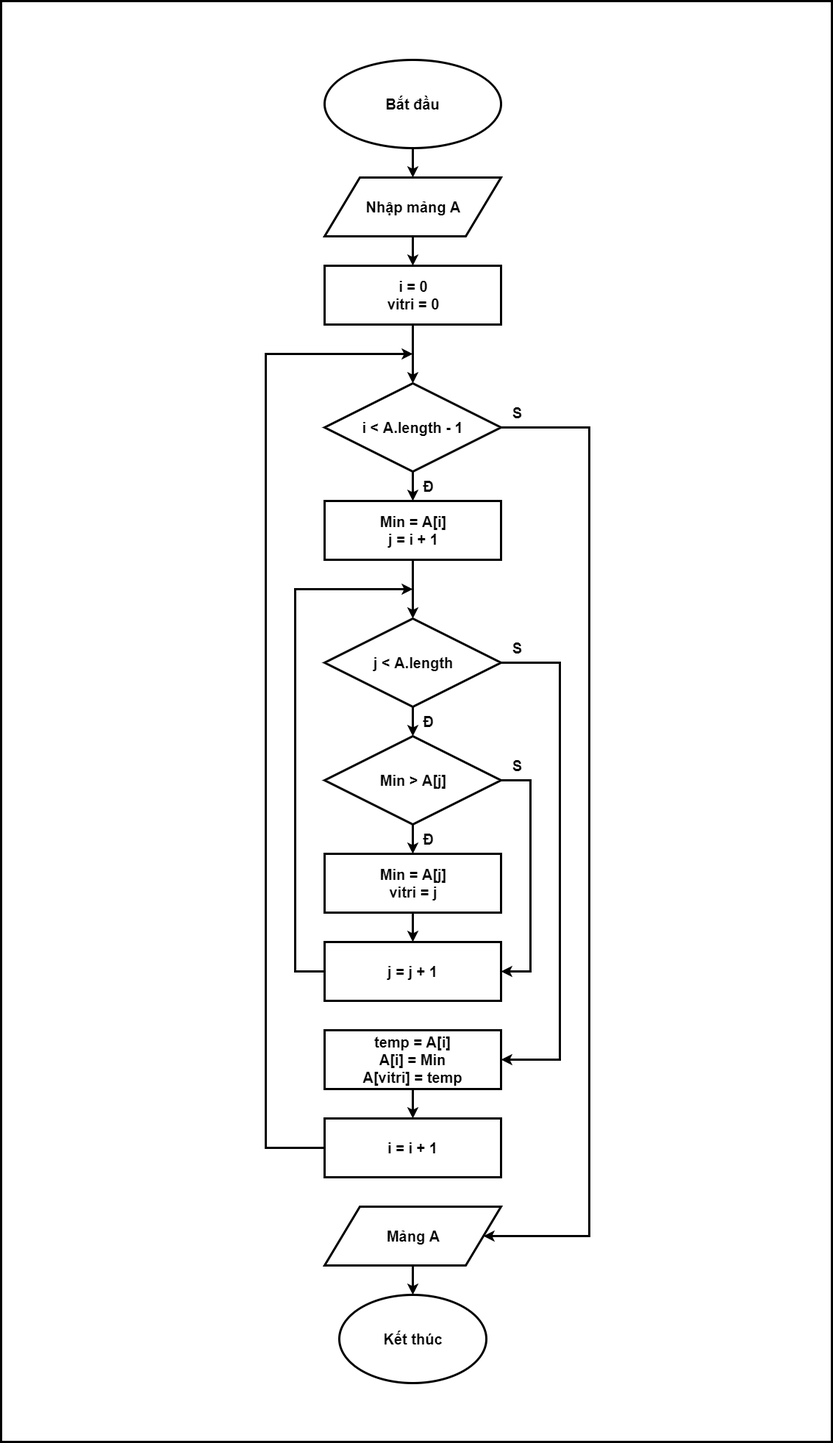
This is TuanVP/6b.png from FASTTRACKSE/FFSE1703.LP6, a draw.io export, as it was before one commit. Source tidied: cells renumbered, new cells last; positions are measured from the earlier drawing's top-left corner, leaving out a move shared by most shapes.
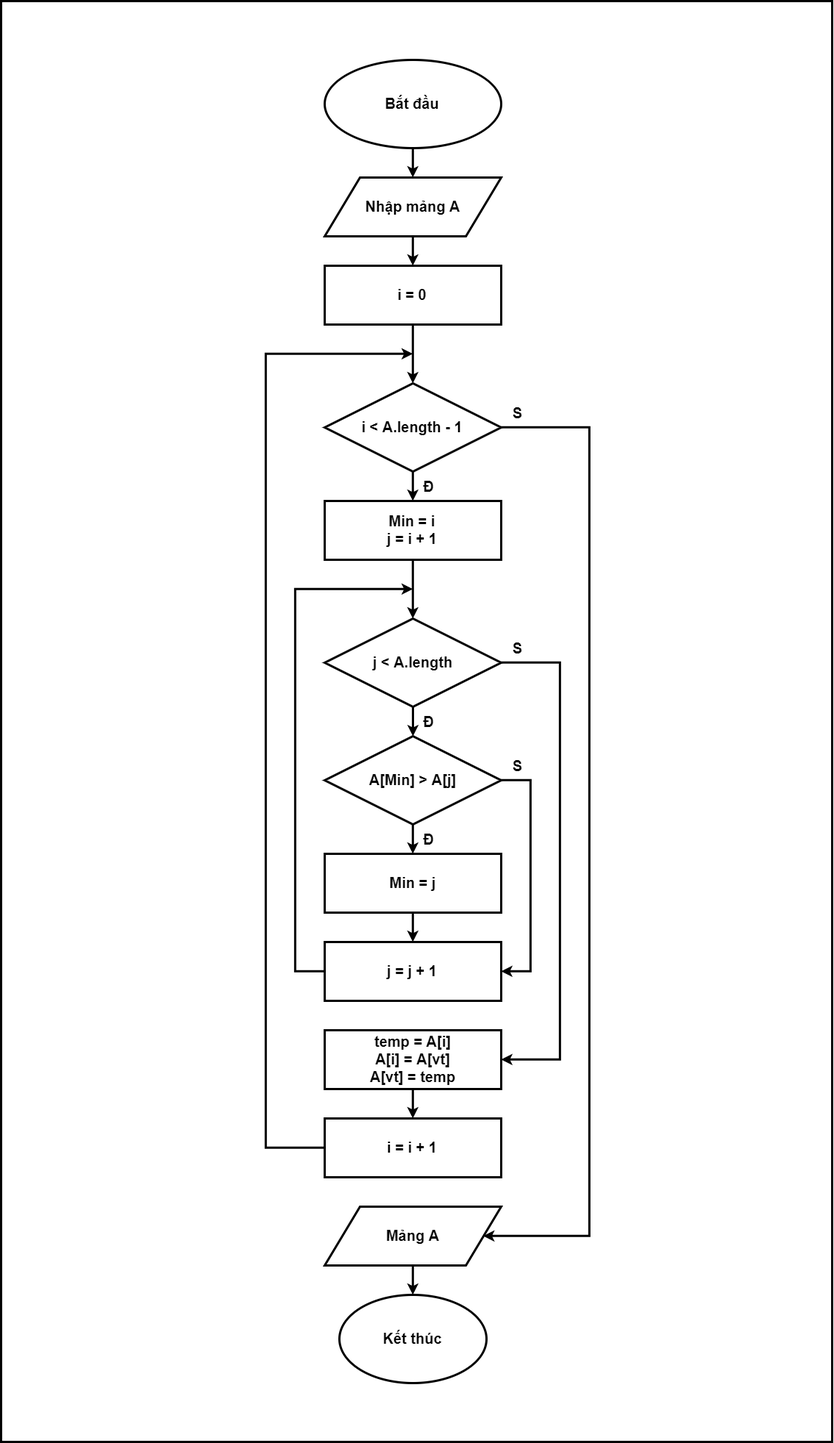
After the change.

What changed in the source:
```diff
@@ -34,7 +34,7 @@
     <mxCell id="10" style="edgeStyle=orthogonalEdgeStyle;rounded=0;html=1;exitX=0.5;exitY=1;entryX=0.5;entryY=0;jettySize=auto;strokeWidth=3;" parent="1" edge="1" source="11" target="14">
       <mxGeometry relative="1" as="geometry" />
     </mxCell>
-    <mxCell id="11" value="&lt;font style=&quot;font-size: 20px&quot;&gt;&lt;b&gt;Min = A[i]&lt;/b&gt;&lt;b&gt;&lt;br&gt;j = i + 1&lt;/b&gt;&lt;b&gt;&lt;br&gt;&lt;/b&gt;&lt;/font&gt;" style="rounded=0;whiteSpace=wrap;html=1;strokeWidth=3;" parent="1" vertex="1">
+    <mxCell id="11" value="&lt;font style=&quot;font-size: 20px&quot;&gt;&lt;b&gt;Min = i&lt;/b&gt;&lt;b&gt;&lt;br&gt;j = i + 1&lt;/b&gt;&lt;b&gt;&lt;br&gt;&lt;/b&gt;&lt;/font&gt;" style="rounded=0;whiteSpace=wrap;html=1;strokeWidth=3;" parent="1" vertex="1">
       <mxGeometry x="440" y="680" width="240" height="80" as="geometry" />
     </mxCell>
     <mxCell id="12" style="edgeStyle=orthogonalEdgeStyle;rounded=0;html=1;jettySize=auto;strokeWidth=3;" parent="1" edge="1" source="14" target="17">
@@ -62,19 +62,19 @@
         </Array>
       </mxGeometry>
     </mxCell>
-    <mxCell id="17" value="&lt;font style=&quot;font-size: 20px&quot;&gt;&lt;b&gt;Min &amp;gt; A[j]&lt;/b&gt;&lt;/font&gt;" style="rhombus;whiteSpace=wrap;html=1;strokeWidth=3;" parent="1" vertex="1">
+    <mxCell id="17" value="&lt;font style=&quot;font-size: 20px&quot;&gt;&lt;b&gt;A[Min] &amp;gt; A[j]&lt;/b&gt;&lt;/font&gt;" style="rhombus;whiteSpace=wrap;html=1;strokeWidth=3;" parent="1" vertex="1">
       <mxGeometry x="440" y="1000" width="240" height="120" as="geometry" />
     </mxCell>
     <mxCell id="18" style="edgeStyle=orthogonalEdgeStyle;rounded=0;html=1;exitX=0.5;exitY=1;entryX=0.5;entryY=0;jettySize=auto;strokeWidth=3;" parent="1" edge="1" source="19" target="9">
       <mxGeometry relative="1" as="geometry" />
     </mxCell>
-    <mxCell id="19" value="&lt;font style=&quot;font-size: 20px&quot;&gt;&lt;b&gt;i = 0&lt;br&gt;vitri = 0&lt;br&gt;&lt;/b&gt;&lt;/font&gt;" style="rounded=0;whiteSpace=wrap;html=1;strokeWidth=3;" parent="1" vertex="1">
+    <mxCell id="19" value="&lt;font style=&quot;font-size: 20px&quot;&gt;&lt;b&gt;i = 0&lt;br&gt;&lt;/b&gt;&lt;/font&gt;" style="rounded=0;whiteSpace=wrap;html=1;strokeWidth=3;" parent="1" vertex="1">
       <mxGeometry x="440" y="360" width="240" height="80" as="geometry" />
     </mxCell>
     <mxCell id="20" style="edgeStyle=orthogonalEdgeStyle;rounded=0;html=1;exitX=0.5;exitY=1;entryX=0.5;entryY=0;jettySize=auto;strokeWidth=3;" parent="1" edge="1" source="21" target="23">
       <mxGeometry relative="1" as="geometry" />
     </mxCell>
-    <mxCell id="21" value="&lt;font style=&quot;font-size: 20px&quot;&gt;&lt;b&gt;Min = A[j]&lt;br&gt;vitri = j&lt;br&gt;&lt;/b&gt;&lt;/font&gt;" style="rounded=0;whiteSpace=wrap;html=1;strokeWidth=3;" parent="1" vertex="1">
+    <mxCell id="21" value="&lt;font style=&quot;font-size: 20px&quot;&gt;&lt;b&gt;Min = j&lt;br&gt;&lt;/b&gt;&lt;/font&gt;" style="rounded=0;whiteSpace=wrap;html=1;strokeWidth=3;" parent="1" vertex="1">
       <mxGeometry x="440" y="1160" width="240" height="80" as="geometry" />
     </mxCell>
     <mxCell id="22" style="edgeStyle=orthogonalEdgeStyle;rounded=0;html=1;exitX=0;exitY=0.5;jettySize=auto;strokeWidth=3;" parent="1" edge="1" source="23">
@@ -132,7 +132,7 @@
     <mxCell id="35" style="edgeStyle=orthogonalEdgeStyle;rounded=0;html=1;exitX=0.5;exitY=1;entryX=0.5;entryY=0;jettySize=auto;strokeWidth=3;" parent="1" edge="1" source="36" target="28">
       <mxGeometry relative="1" as="geometry" />
     </mxCell>
-    <mxCell id="36" value="&lt;font style=&quot;font-size: 20px&quot;&gt;&lt;b&gt;temp = A[i]&lt;br&gt;A[i] = Min&lt;br&gt;A[vitri] = temp&lt;br&gt;&lt;/b&gt;&lt;/font&gt;" style="rounded=0;whiteSpace=wrap;html=1;strokeWidth=3;" parent="1" vertex="1">
+    <mxCell id="36" value="&lt;font style=&quot;font-size: 20px&quot;&gt;&lt;b&gt;temp = A[i]&lt;br&gt;A[i] = A[vt]&lt;br&gt;A[vt] = temp&lt;br&gt;&lt;/b&gt;&lt;/font&gt;" style="rounded=0;whiteSpace=wrap;html=1;strokeWidth=3;" parent="1" vertex="1">
       <mxGeometry x="440" y="1400" width="240" height="80" as="geometry" />
     </mxCell>
   </root>
```
